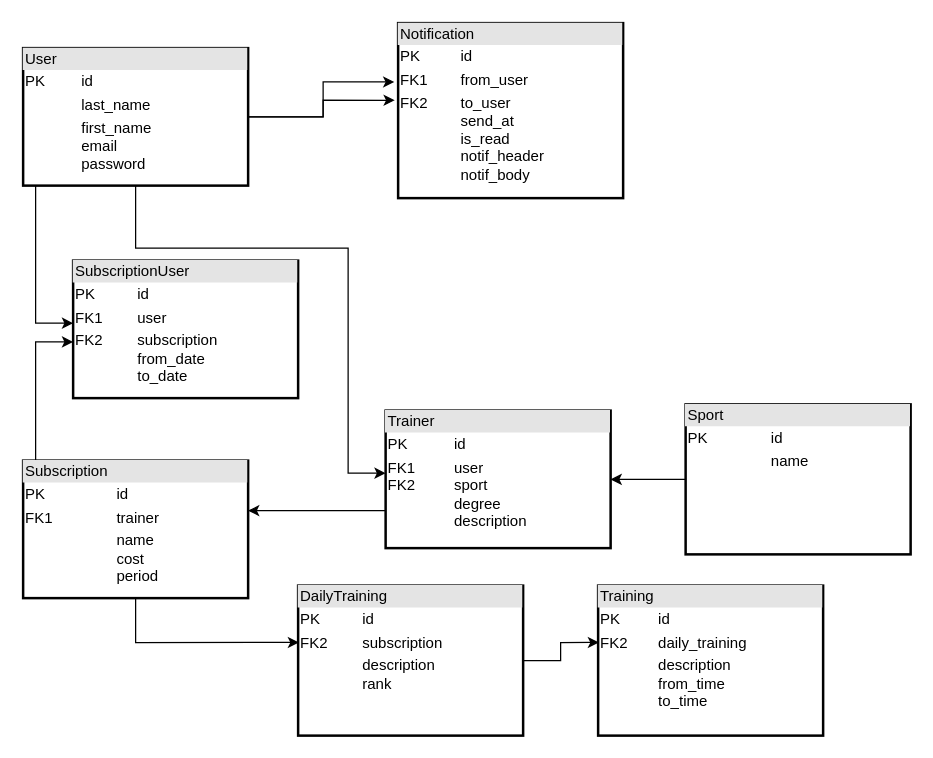
lekarus/Training keeps this draw.io diagram as uml_trainng.drawio. Above is the earlier version. Source tidied: cells renumbered, new cells numbered last; positions are measured from the earlier drawing's top-left corner, leaving out a move shared by most shapes. Both pictures are drawn from the tidied source at 125%, with x=0, y=0 at pixel (22, 22).
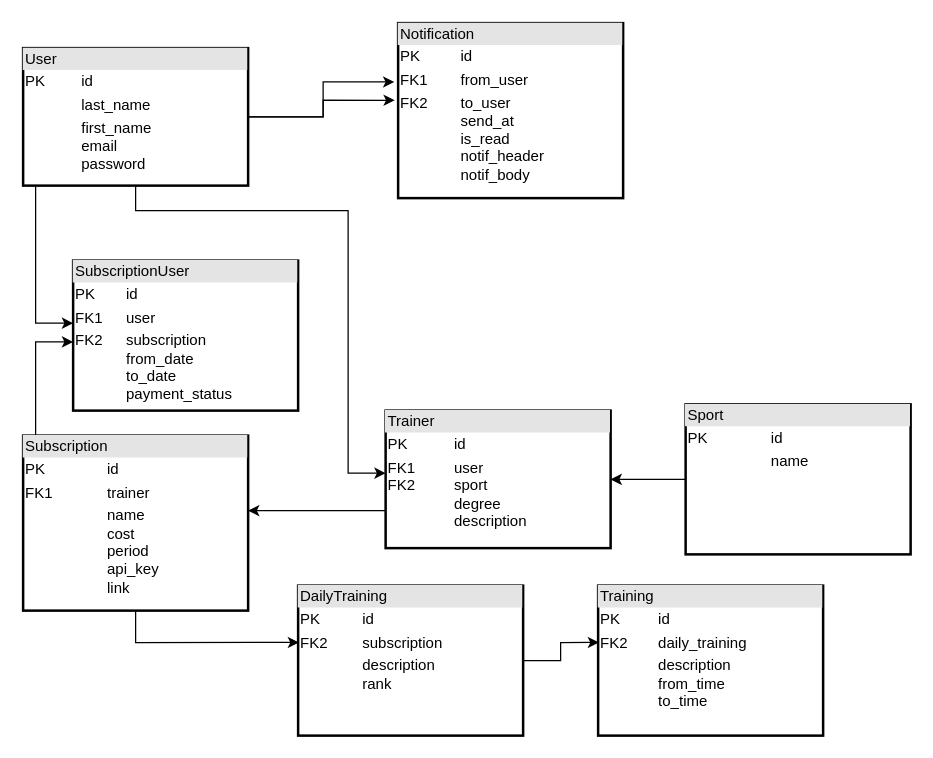
Above is the later version.

Unchanged cells that the change refers to:
```xml
<mxCell id="6" value="&lt;div style=&quot;box-sizing:border-box;width:100%;background:#e4e4e4;padding:2px;&quot;&gt;User&lt;/div&gt;&lt;table style=&quot;width:100%;font-size:1em;&quot; cellpadding=&quot;2&quot; cellspacing=&quot;0&quot;&gt;&lt;tbody&gt;&lt;tr&gt;&lt;td&gt;PK&lt;/td&gt;&lt;td&gt;id&lt;/td&gt;&lt;/tr&gt;&lt;tr&gt;&lt;td&gt;&lt;br&gt;&lt;/td&gt;&lt;td&gt;last_name&lt;/td&gt;&lt;/tr&gt;&lt;tr&gt;&lt;td&gt;&lt;/td&gt;&lt;td&gt;first_name&lt;br&gt;email&lt;br&gt;password&lt;br&gt;&lt;br&gt;&lt;/td&gt;&lt;/tr&gt;&lt;/tbody&gt;&lt;/table&gt;" style="verticalAlign=top;align=left;overflow=fill;html=1;strokeWidth=2;" parent="1" vertex="1">
  <mxGeometry y="20" width="180" height="110" as="geometry" />
</mxCell>
<mxCell id="16" value="&lt;div style=&quot;box-sizing:border-box;width:100%;background:#e4e4e4;padding:2px;&quot;&gt;Trainer&lt;/div&gt;&lt;table style=&quot;width:100%;font-size:1em;&quot; cellpadding=&quot;2&quot; cellspacing=&quot;0&quot;&gt;&lt;tbody&gt;&lt;tr&gt;&lt;td&gt;PK&lt;/td&gt;&lt;td&gt;id&lt;/td&gt;&lt;/tr&gt;&lt;tr&gt;&lt;td&gt;FK1&lt;br&gt;FK2&lt;br&gt;&lt;br&gt;&lt;br&gt;&lt;br&gt;&lt;/td&gt;&lt;td&gt;user&lt;br&gt;sport&lt;br&gt;degree&lt;br&gt;description&lt;br&gt;&lt;br&gt;&lt;/td&gt;&lt;/tr&gt;&lt;/tbody&gt;&lt;/table&gt;" style="verticalAlign=top;align=left;overflow=fill;html=1;strokeWidth=2;" parent="1" vertex="1">
  <mxGeometry x="290" y="310" width="180" height="110" as="geometry" />
</mxCell>
```

Change to the diagram source:
```diff
@@
     <mxCell id="3" style="edgeStyle=orthogonalEdgeStyle;rounded=0;jettySize=auto;html=1;" parent="1" edge="1" source="6" target="16">
       <mxGeometry relative="1" as="geometry">
         <Array as="points">
-          <mxPoint x="90" y="180" />
-          <mxPoint x="260" y="180" />
+          <mxPoint x="90" y="150" />
+          <mxPoint x="260" y="150" />
           <mxPoint x="260" y="360" />
         </Array>
       </mxGeometry>
     </mxCell>
@@
-    <mxCell id="11" value="&lt;div style=&quot;box-sizing:border-box;width:100%;background:#e4e4e4;padding:2px;&quot;&gt;SubscriptionUser&lt;/div&gt;&lt;table style=&quot;width:100%;font-size:1em;&quot; cellpadding=&quot;2&quot; cellspacing=&quot;0&quot;&gt;&lt;tbody&gt;&lt;tr&gt;&lt;td&gt;PK&lt;/td&gt;&lt;td&gt;id&lt;/td&gt;&lt;/tr&gt;&lt;tr&gt;&lt;td&gt;FK1&lt;/td&gt;&lt;td&gt;user&lt;/td&gt;&lt;/tr&gt;&lt;tr&gt;&lt;td&gt;FK2&lt;br&gt;&lt;br&gt;&lt;br&gt;&lt;br&gt;&lt;/td&gt;&lt;td&gt;subscription&lt;br&gt;from_date&lt;br&gt;to_date&lt;br&gt;&lt;br&gt;&lt;/td&gt;&lt;/tr&gt;&lt;/tbody&gt;&lt;/table&gt;" style="verticalAlign=top;align=left;overflow=fill;html=1;strokeWidth=2;" parent="1" vertex="1">
-      <mxGeometry x="40" y="190" width="180" height="110" as="geometry" />
+    <mxCell id="11" value="&lt;div style=&quot;box-sizing:border-box;width:100%;background:#e4e4e4;padding:2px;&quot;&gt;SubscriptionUser&lt;/div&gt;&lt;table style=&quot;width:100%;font-size:1em;&quot; cellpadding=&quot;2&quot; cellspacing=&quot;0&quot;&gt;&lt;tbody&gt;&lt;tr&gt;&lt;td&gt;PK&lt;/td&gt;&lt;td&gt;id&lt;/td&gt;&lt;/tr&gt;&lt;tr&gt;&lt;td&gt;FK1&lt;/td&gt;&lt;td&gt;user&lt;/td&gt;&lt;/tr&gt;&lt;tr&gt;&lt;td&gt;FK2&lt;br&gt;&lt;br&gt;&lt;br&gt;&lt;br&gt;&lt;br&gt;&lt;/td&gt;&lt;td&gt;subscription&lt;br&gt;from_date&lt;br&gt;to_date&lt;br&gt;payment_status&lt;br&gt;&lt;br&gt;&lt;/td&gt;&lt;/tr&gt;&lt;/tbody&gt;&lt;/table&gt;" style="verticalAlign=top;align=left;overflow=fill;html=1;strokeWidth=2;" parent="1" vertex="1">
+      <mxGeometry x="40" y="190" width="180" height="120" as="geometry" />
     </mxCell>
@@
-    <mxCell id="14" value="&lt;div style=&quot;box-sizing:border-box;width:100%;background:#e4e4e4;padding:2px;&quot;&gt;Subscription&lt;/div&gt;&lt;table style=&quot;width:100%;font-size:1em;&quot; cellpadding=&quot;2&quot; cellspacing=&quot;0&quot;&gt;&lt;tbody&gt;&lt;tr&gt;&lt;td&gt;PK&lt;/td&gt;&lt;td&gt;id&lt;/td&gt;&lt;/tr&gt;&lt;tr&gt;&lt;td&gt;FK1&lt;br&gt;&lt;/td&gt;&lt;td&gt;trainer&lt;/td&gt;&lt;/tr&gt;&lt;tr&gt;&lt;td&gt;&lt;/td&gt;&lt;td&gt;name&lt;br&gt;cost&lt;br&gt;period&lt;/td&gt;&lt;/tr&gt;&lt;/tbody&gt;&lt;/table&gt;" style="verticalAlign=top;align=left;overflow=fill;html=1;strokeWidth=2;" parent="1" vertex="1">
-      <mxGeometry y="350" width="180" height="110" as="geometry" />
+    <mxCell id="14" value="&lt;div style=&quot;box-sizing:border-box;width:100%;background:#e4e4e4;padding:2px;&quot;&gt;Subscription&lt;/div&gt;&lt;table style=&quot;width:100%;font-size:1em;&quot; cellpadding=&quot;2&quot; cellspacing=&quot;0&quot;&gt;&lt;tbody&gt;&lt;tr&gt;&lt;td&gt;PK&lt;/td&gt;&lt;td&gt;id&lt;/td&gt;&lt;/tr&gt;&lt;tr&gt;&lt;td&gt;FK1&lt;br&gt;&lt;/td&gt;&lt;td&gt;trainer&lt;/td&gt;&lt;/tr&gt;&lt;tr&gt;&lt;td&gt;&lt;/td&gt;&lt;td&gt;name&lt;br&gt;cost&lt;br&gt;period&lt;br&gt;api_key&lt;br&gt;link&lt;br&gt;&lt;/td&gt;&lt;/tr&gt;&lt;/tbody&gt;&lt;/table&gt;" style="verticalAlign=top;align=left;overflow=fill;html=1;strokeWidth=2;" parent="1" vertex="1">
+      <mxGeometry y="330" width="180" height="140" as="geometry" />
     </mxCell>
```
